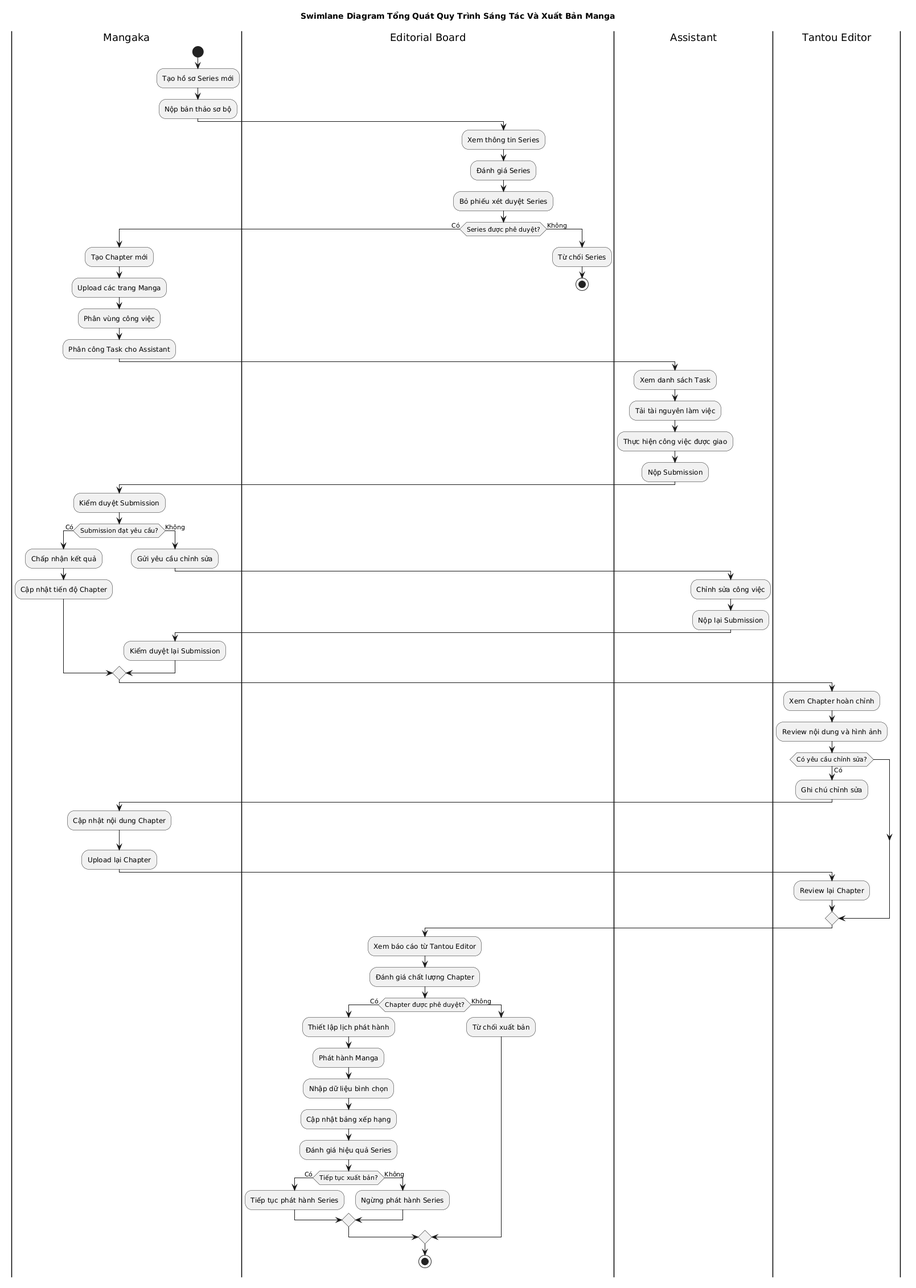
The PlantUML diagram assets/diagrams/Chapter3_IMAGE/Swimlane_tong_quat_quy_trinh_sang_tac_maga.png in trongtan0079/manga-workflow-report, before a commit.
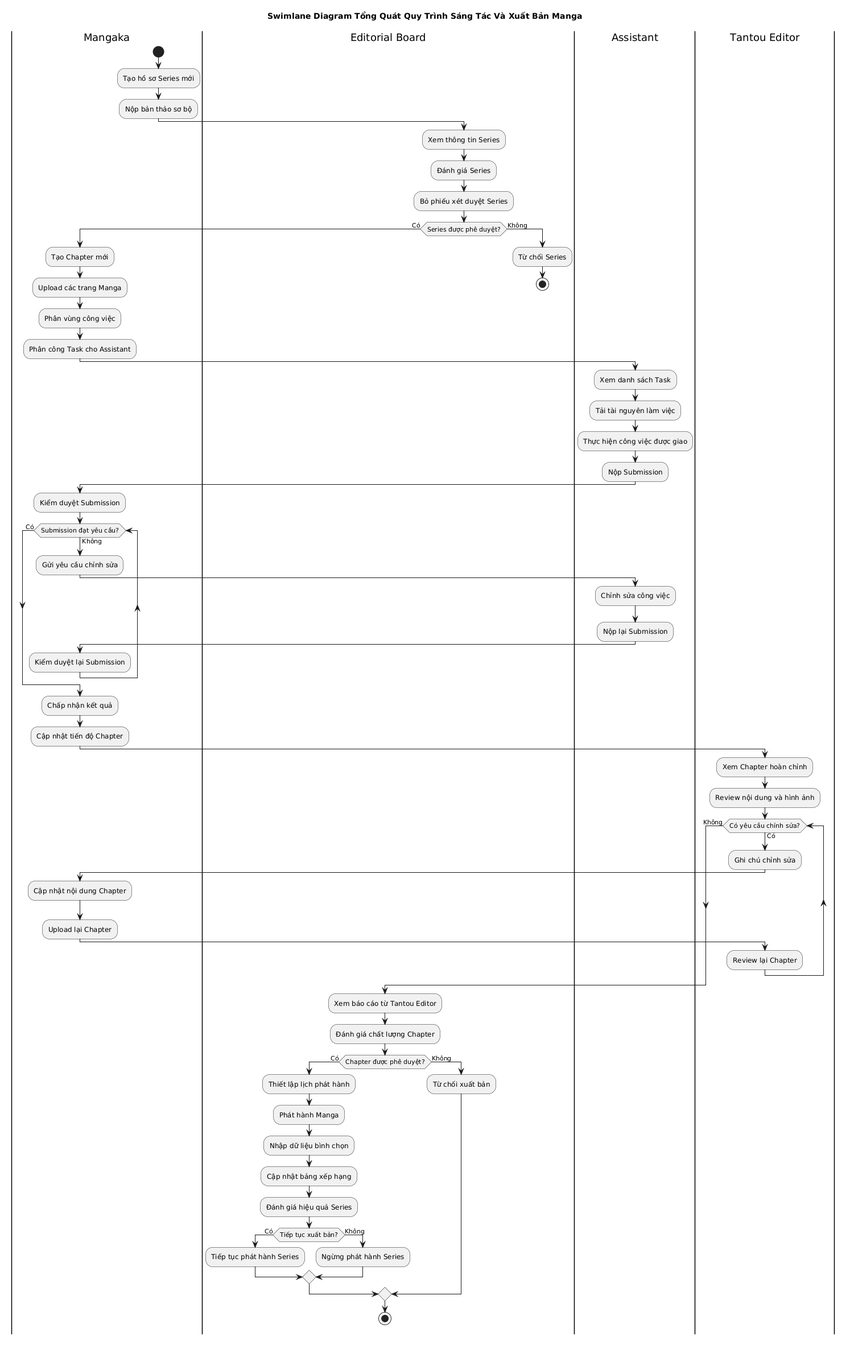
The same file after the commit.

Commit message:
Cập nhật Hình 3.8: Swimlane Diagram tổng quát quy trình sáng tác và xuất bản Manga

Diff of the diagram source:
```diff
@@ -29,12 +29,7 @@
 |Mangaka|
 :Kiểm duyệt Submission;
 
-if (Submission đạt yêu cầu?) then (Có)
-
-:Chấp nhận kết quả;
-:Cập nhật tiến độ Chapter;
-
-else (Không)
+while (Submission đạt yêu cầu?) is (Không)
 
 :Gửi yêu cầu chỉnh sửa;
 
@@ -45,13 +40,16 @@
 |Mangaka|
 :Kiểm duyệt lại Submission;
 
-endif
+endwhile (Có)
+
+:Chấp nhận kết quả;
+:Cập nhật tiến độ Chapter;
 
 |Tantou Editor|
 :Xem Chapter hoàn chỉnh;
 :Review nội dung và hình ảnh;
 
-if (Có yêu cầu chỉnh sửa?) then (Có)
+while (Có yêu cầu chỉnh sửa?) is (Có)
 
 :Ghi chú chỉnh sửa;
 
@@ -62,7 +60,7 @@
 |Tantou Editor|
 :Review lại Chapter;
 
-endif
+endwhile (Không)
 
 |Editorial Board|
 :Xem báo cáo từ Tantou Editor;
@@ -83,9 +81,7 @@
 endif
 
 else (Không)
-
 :Từ chối xuất bản;
-
 endif
 
 stop
```
